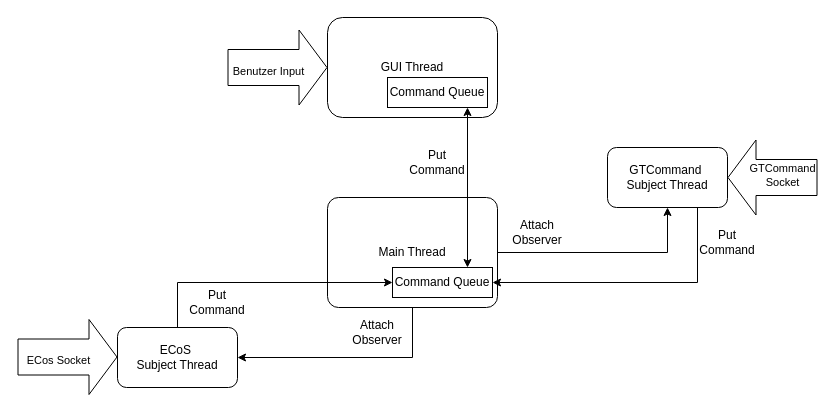
Earlier version of the draw.io diagram threads.drawio (pascalreiss/draw_io_stuff). Source tidied: cells renumbered, new cells numbered last; positions are measured from the earlier drawing's top-left corner, leaving out a move shared by most shapes. Both pictures are drawn from the tidied source at 100%, with x=0, y=0 at pixel (17, 17).
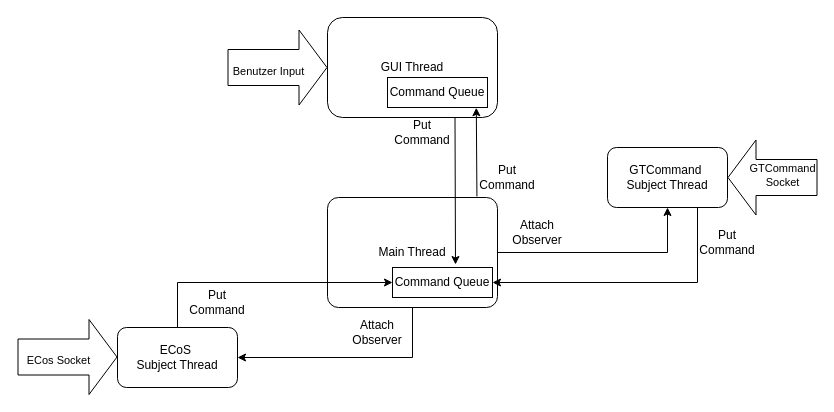
Above is the later version.

The change refers to these unchanged cells:
```xml
<mxCell id="2" value="Main Thread" style="rounded=1;whiteSpace=wrap;html=1;arcSize=10;" parent="1" vertex="1">
  <mxGeometry x="310" y="180" width="170" height="110" as="geometry" />
</mxCell>
<mxCell id="5" value="GUI Thread" style="rounded=1;whiteSpace=wrap;html=1;" parent="1" vertex="1">
  <mxGeometry x="310" width="170" height="100" as="geometry" />
</mxCell>
<mxCell id="20" value="&lt;div&gt;Command Queue&lt;br&gt;&lt;/div&gt;" style="rounded=0;whiteSpace=wrap;html=1;" parent="1" vertex="1">
  <mxGeometry x="375" y="250" width="100" height="30" as="geometry" />
</mxCell>
<mxCell id="21" value="&lt;div&gt;Command Queue&lt;br&gt;&lt;/div&gt;" style="rounded=0;whiteSpace=wrap;html=1;" parent="1" vertex="1">
  <mxGeometry x="370" y="60" width="100" height="30" as="geometry" />
</mxCell>
```

The edit, as a diff of the source:
```diff
@@
     <mxCell id="11" value="&lt;div&gt;Put&lt;/div&gt;&lt;div&gt;Command&lt;br&gt;&lt;/div&gt;" style="text;html=1;align=center;verticalAlign=middle;whiteSpace=wrap;rounded=0;" parent="1" vertex="1">
-      <mxGeometry x="390" y="130" width="60" height="30" as="geometry" />
+      <mxGeometry x="460" y="145" width="60" height="30" as="geometry" />
     </mxCell>
@@
-    <mxCell id="22" style="endArrow=classic;startArrow=classic;html=1;rounded=0;exitX=0.75;exitY=0;exitDx=0;exitDy=0;" parent="1" edge="1" source="20">
-      <mxGeometry relative="1" as="geometry">
-        <mxPoint x="450" y="90" as="targetPoint" />
-      </mxGeometry>
-    </mxCell>
@@
+    <mxCell id="25" style="endArrow=classic;html=1;rounded=0;entryX=0.63;entryY=-0.1;entryDx=0;entryDy=0;entryPerimeter=0;exitX=0.75;exitY=1;exitDx=0;exitDy=0;" parent="1" edge="1" source="5" target="20">
+      <mxGeometry relative="1" as="geometry" />
+    </mxCell>
+    <mxCell id="26" style="endArrow=classic;html=1;rounded=0;exitX=0.879;exitY=-0.01;exitDx=0;exitDy=0;exitPerimeter=0;entryX=0.888;entryY=1.008;entryDx=0;entryDy=0;entryPerimeter=0;" parent="1" edge="1" source="2" target="21">
+      <mxGeometry relative="1" as="geometry" />
+    </mxCell>
+    <mxCell id="27" value="&lt;div&gt;Put&lt;/div&gt;&lt;div&gt;Command&lt;br&gt;&lt;/div&gt;" style="text;html=1;align=center;verticalAlign=middle;whiteSpace=wrap;rounded=0;" parent="1" vertex="1">
+      <mxGeometry x="375" y="100" width="60" height="30" as="geometry" />
+    </mxCell>
```
